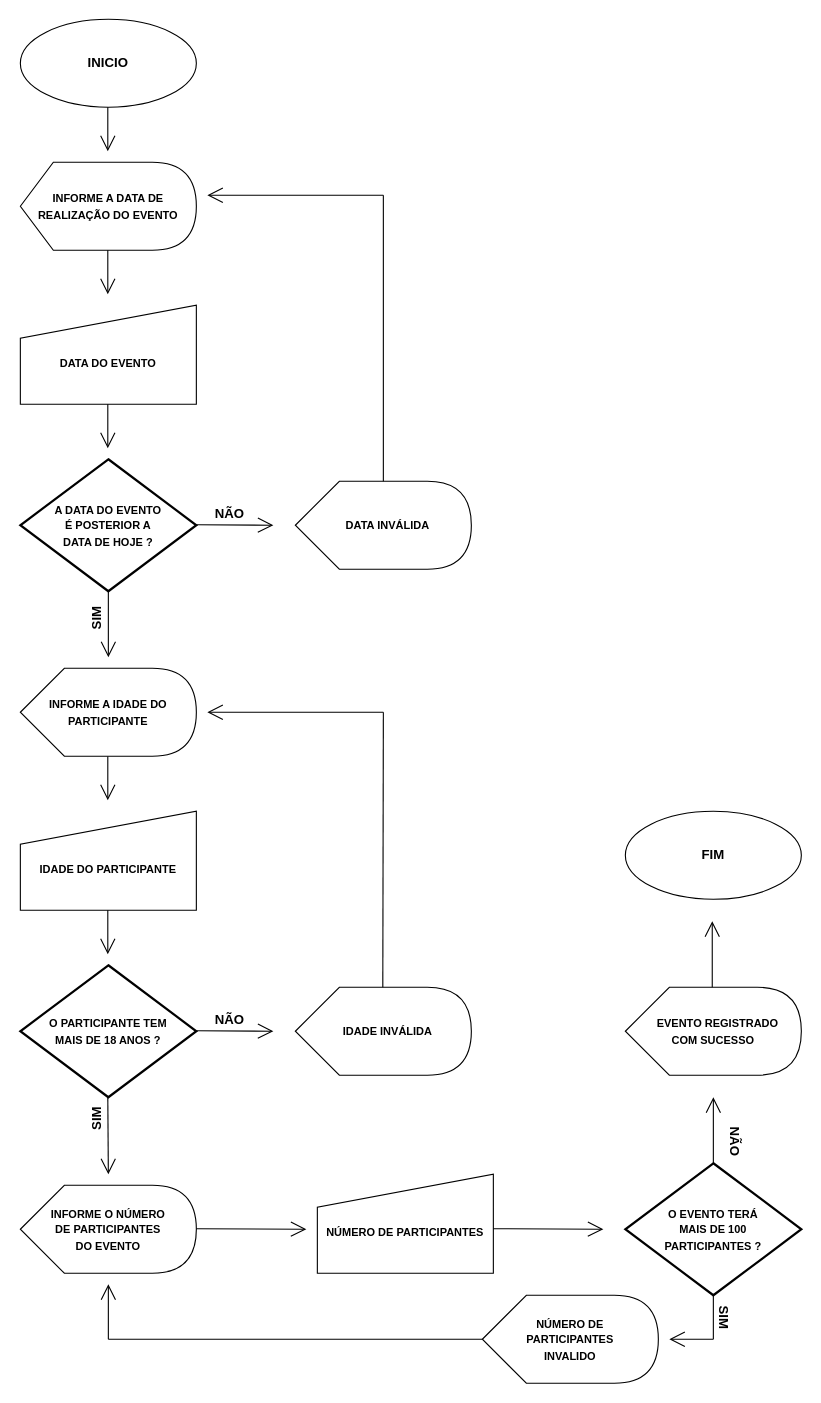
AndreDantasss/Exemplo1 keeps this draw.io diagram as Untitled Diagram.drawio. Above is the earlier version. Source tidied: cells renumbered, new cells numbered last; positions are measured from the earlier drawing's top-left corner, leaving out a move shared by most shapes. Both pictures are drawn from the tidied source at 110%, with x=0, y=0 at pixel (20, 19).
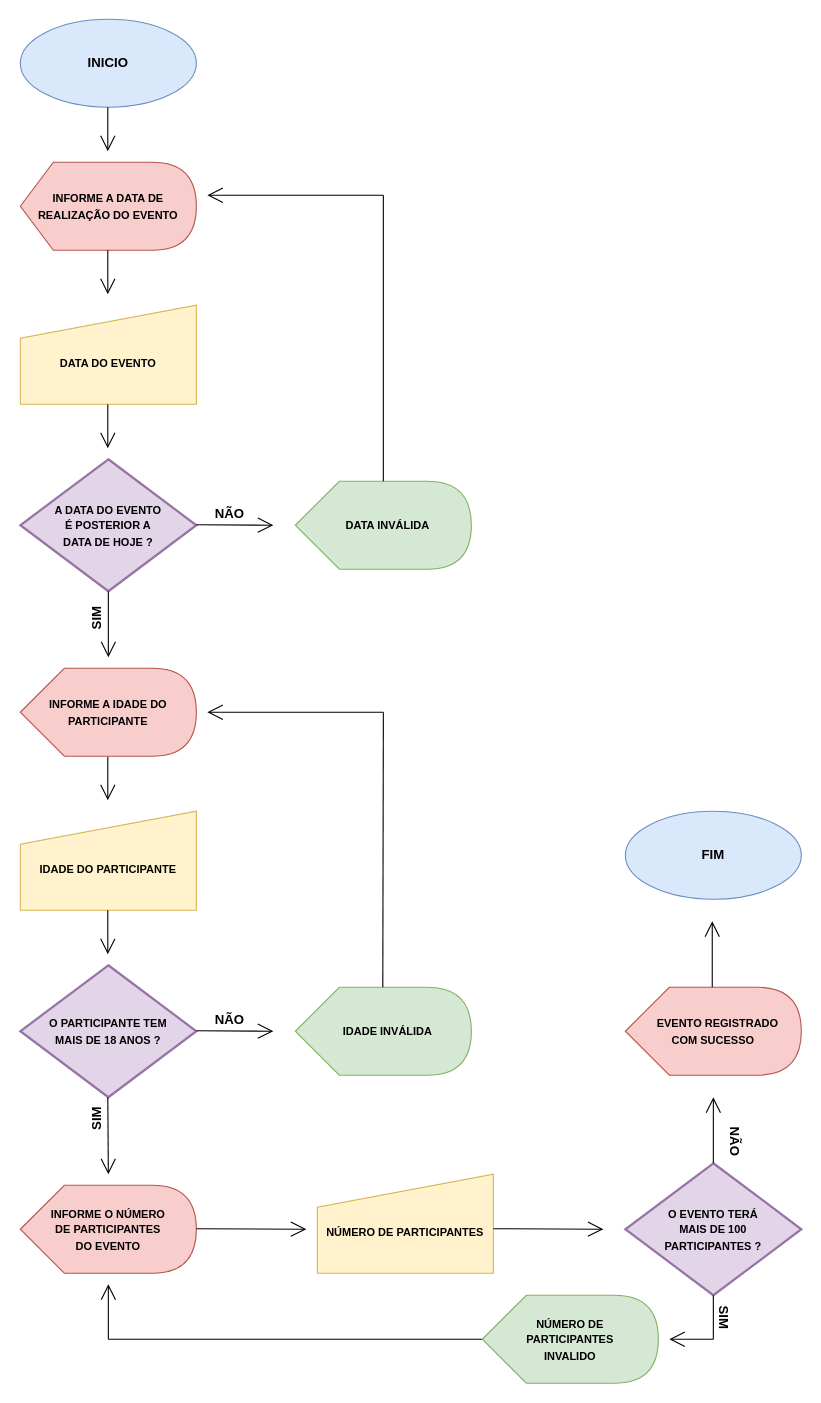
After the change.

Change to the diagram source:
```diff
@@
-    <mxCell id="2" value="&lt;b&gt;INICIO&lt;/b&gt;" style="ellipse;whiteSpace=wrap;html=1;" parent="1" vertex="1">
+    <mxCell id="2" value="&lt;b&gt;INICIO&lt;/b&gt;" style="ellipse;whiteSpace=wrap;html=1;fillColor=#dae8fc;strokeColor=#6c8ebf;" parent="1" vertex="1">
       <mxGeometry width="160" height="80" as="geometry" />
     </mxCell>
-    <mxCell id="3" value="&lt;div&gt;&lt;b style=&quot;font-size: 10px&quot;&gt;INFORME A DATA DE REALIZAÇÃO DO EVENTO&lt;/b&gt;&lt;/div&gt;" style="shape=display;whiteSpace=wrap;html=1;align=center;size=0.1875;" parent="1" vertex="1">
+    <mxCell id="3" value="&lt;div&gt;&lt;b style=&quot;font-size: 10px&quot;&gt;INFORME A DATA DE REALIZAÇÃO DO EVENTO&lt;/b&gt;&lt;/div&gt;" style="shape=display;whiteSpace=wrap;html=1;align=center;size=0.1875;fillColor=#f8cecc;strokeColor=#b85450;" parent="1" vertex="1">
       <mxGeometry y="130" width="160" height="80" as="geometry" />
     </mxCell>
-    <mxCell id="4" value="&lt;b&gt;&lt;font style=&quot;font-size: 10px&quot;&gt;&lt;br&gt;DATA DO EVENTO&lt;/font&gt;&lt;/b&gt;" style="shape=manualInput;whiteSpace=wrap;html=1;" parent="1" vertex="1">
+    <mxCell id="4" value="&lt;b&gt;&lt;font style=&quot;font-size: 10px&quot;&gt;&lt;br&gt;DATA DO EVENTO&lt;/font&gt;&lt;/b&gt;" style="shape=manualInput;whiteSpace=wrap;html=1;fillColor=#fff2cc;strokeColor=#d6b656;" parent="1" vertex="1">
       <mxGeometry y="260" width="160" height="90" as="geometry" />
     </mxCell>
-    <mxCell id="5" value="&lt;font style=&quot;font-size: 10px&quot;&gt;&lt;b&gt;A DATA DO EVENTO&lt;br&gt;É POSTERIOR A &lt;br&gt;DATA DE HOJE ?&lt;/b&gt;&lt;/font&gt;" style="strokeWidth=2;html=1;shape=mxgraph.flowchart.decision;whiteSpace=wrap;align=center;" parent="1" vertex="1">
+    <mxCell id="5" value="&lt;font style=&quot;font-size: 10px&quot;&gt;&lt;b&gt;A DATA DO EVENTO&lt;br&gt;É POSTERIOR A &lt;br&gt;DATA DE HOJE ?&lt;/b&gt;&lt;/font&gt;" style="strokeWidth=2;html=1;shape=mxgraph.flowchart.decision;whiteSpace=wrap;align=center;fillColor=#e1d5e7;strokeColor=#9673a6;" parent="1" vertex="1">
       <mxGeometry y="400" width="160" height="120" as="geometry" />
     </mxCell>
@@
-    <mxCell id="9" value="&lt;b&gt;&lt;font style=&quot;font-size: 10px&quot;&gt;&amp;nbsp; &amp;nbsp;DATA INVÁLIDA&lt;/font&gt;&lt;/b&gt;" style="shape=display;whiteSpace=wrap;html=1;align=center;" parent="1" vertex="1">
+    <mxCell id="9" value="&lt;b&gt;&lt;font style=&quot;font-size: 10px&quot;&gt;&amp;nbsp; &amp;nbsp;DATA INVÁLIDA&lt;/font&gt;&lt;/b&gt;" style="shape=display;whiteSpace=wrap;html=1;align=center;fillColor=#d5e8d4;strokeColor=#82b366;" parent="1" vertex="1">
       <mxGeometry x="250" y="420" width="160" height="80" as="geometry" />
     </mxCell>
-    <mxCell id="10" value="&lt;font style=&quot;font-size: 10px&quot;&gt;&lt;b&gt;INFORME A IDADE DO PARTICIPANTE&lt;/b&gt;&lt;/font&gt;" style="shape=display;whiteSpace=wrap;html=1;align=center;" parent="1" vertex="1">
+    <mxCell id="10" value="&lt;font style=&quot;font-size: 10px&quot;&gt;&lt;b&gt;INFORME A IDADE DO PARTICIPANTE&lt;/b&gt;&lt;/font&gt;" style="shape=display;whiteSpace=wrap;html=1;align=center;fillColor=#f8cecc;strokeColor=#b85450;" parent="1" vertex="1">
       <mxGeometry y="590" width="160" height="80" as="geometry" />
     </mxCell>
@@
-    <mxCell id="18" value="&lt;span style=&quot;font-size: 10px&quot;&gt;&lt;b&gt;O PARTICIPANTE TEM &lt;br&gt;MAIS DE 18 ANOS ?&lt;/b&gt;&lt;/span&gt;" style="strokeWidth=2;html=1;shape=mxgraph.flowchart.decision;whiteSpace=wrap;align=center;" parent="1" vertex="1">
+    <mxCell id="18" value="&lt;span style=&quot;font-size: 10px&quot;&gt;&lt;b&gt;O PARTICIPANTE TEM &lt;br&gt;MAIS DE 18 ANOS ?&lt;/b&gt;&lt;/span&gt;" style="strokeWidth=2;html=1;shape=mxgraph.flowchart.decision;whiteSpace=wrap;align=center;fillColor=#e1d5e7;strokeColor=#9673a6;" parent="1" vertex="1">
       <mxGeometry y="860" width="160" height="120" as="geometry" />
     </mxCell>
-    <mxCell id="19" value="&lt;b&gt;&lt;font style=&quot;font-size: 10px&quot;&gt;&lt;br&gt;IDADE DO PARTICIPANTE&lt;/font&gt;&lt;/b&gt;" style="shape=manualInput;whiteSpace=wrap;html=1;" parent="1" vertex="1">
+    <mxCell id="19" value="&lt;b&gt;&lt;font style=&quot;font-size: 10px&quot;&gt;&lt;br&gt;IDADE DO PARTICIPANTE&lt;/font&gt;&lt;/b&gt;" style="shape=manualInput;whiteSpace=wrap;html=1;fillColor=#fff2cc;strokeColor=#d6b656;" parent="1" vertex="1">
       <mxGeometry y="720" width="160" height="90" as="geometry" />
     </mxCell>
@@
-    <mxCell id="25" value="&lt;font style=&quot;font-size: 10px&quot;&gt;&lt;b&gt;INFORME O NÚMERO &lt;br&gt;DE PARTICIPANTES &lt;br&gt;DO EVENTO&lt;/b&gt;&lt;/font&gt;" style="shape=display;whiteSpace=wrap;html=1;align=center;" parent="1" vertex="1">
+    <mxCell id="25" value="&lt;font style=&quot;font-size: 10px&quot;&gt;&lt;b&gt;INFORME O NÚMERO &lt;br&gt;DE PARTICIPANTES &lt;br&gt;DO EVENTO&lt;/b&gt;&lt;/font&gt;" style="shape=display;whiteSpace=wrap;html=1;align=center;fillColor=#f8cecc;strokeColor=#b85450;" parent="1" vertex="1">
       <mxGeometry y="1060" width="160" height="80" as="geometry" />
     </mxCell>
-    <mxCell id="26" value="&lt;b&gt;&lt;font style=&quot;font-size: 10px&quot;&gt;&amp;nbsp; &amp;nbsp;IDADE INVÁLIDA&lt;/font&gt;&lt;/b&gt;" style="shape=display;whiteSpace=wrap;html=1;align=center;" parent="1" vertex="1">
+    <mxCell id="26" value="&lt;b&gt;&lt;font style=&quot;font-size: 10px&quot;&gt;&amp;nbsp; &amp;nbsp;IDADE INVÁLIDA&lt;/font&gt;&lt;/b&gt;" style="shape=display;whiteSpace=wrap;html=1;align=center;fillColor=#d5e8d4;strokeColor=#82b366;" parent="1" vertex="1">
       <mxGeometry x="250" y="880" width="160" height="80" as="geometry" />
     </mxCell>
@@
-    <mxCell id="30" value="&lt;b&gt;&lt;font style=&quot;font-size: 10px&quot;&gt;&lt;br&gt;NÚMERO DE PARTICIPANTES&lt;/font&gt;&lt;/b&gt;" style="shape=manualInput;whiteSpace=wrap;html=1;" parent="1" vertex="1">
+    <mxCell id="30" value="&lt;b&gt;&lt;font style=&quot;font-size: 10px&quot;&gt;&lt;br&gt;NÚMERO DE PARTICIPANTES&lt;/font&gt;&lt;/b&gt;" style="shape=manualInput;whiteSpace=wrap;html=1;fillColor=#fff2cc;strokeColor=#d6b656;" parent="1" vertex="1">
       <mxGeometry x="270" y="1050" width="160" height="90" as="geometry" />
     </mxCell>
@@
-    <mxCell id="32" value="&lt;span style=&quot;font-size: 10px&quot;&gt;&lt;b&gt;O EVENTO TERÁ &lt;br&gt;MAIS DE 100 &lt;br&gt;PARTICIPANTES ?&lt;/b&gt;&lt;/span&gt;" style="strokeWidth=2;html=1;shape=mxgraph.flowchart.decision;whiteSpace=wrap;align=center;" parent="1" vertex="1">
+    <mxCell id="32" value="&lt;span style=&quot;font-size: 10px&quot;&gt;&lt;b&gt;O EVENTO TERÁ &lt;br&gt;MAIS DE 100 &lt;br&gt;PARTICIPANTES ?&lt;/b&gt;&lt;/span&gt;" style="strokeWidth=2;html=1;shape=mxgraph.flowchart.decision;whiteSpace=wrap;align=center;fillColor=#e1d5e7;strokeColor=#9673a6;" parent="1" vertex="1">
       <mxGeometry x="550" y="1040" width="160" height="120" as="geometry" />
     </mxCell>
@@
-    <mxCell id="40" value="&lt;b&gt;&lt;font style=&quot;font-size: 10px&quot;&gt;NÚMERO DE &lt;br&gt;PARTICIPANTES &lt;br&gt;INVALIDO&lt;/font&gt;&lt;/b&gt;" style="shape=display;whiteSpace=wrap;html=1;align=center;" parent="1" vertex="1">
+    <mxCell id="40" value="&lt;b&gt;&lt;font style=&quot;font-size: 10px&quot;&gt;NÚMERO DE &lt;br&gt;PARTICIPANTES &lt;br&gt;INVALIDO&lt;/font&gt;&lt;/b&gt;" style="shape=display;whiteSpace=wrap;html=1;align=center;fillColor=#d5e8d4;strokeColor=#82b366;" parent="1" vertex="1">
       <mxGeometry x="420" y="1160" width="160" height="80" as="geometry" />
     </mxCell>
-    <mxCell id="41" value="&lt;b&gt;&lt;font style=&quot;font-size: 10px&quot;&gt;&amp;nbsp; &amp;nbsp;EVENTO REGISTRADO &lt;br&gt;COM SUCESSO&lt;/font&gt;&lt;/b&gt;" style="shape=display;whiteSpace=wrap;html=1;align=center;" parent="1" vertex="1">
+    <mxCell id="41" value="&lt;b&gt;&lt;font style=&quot;font-size: 10px&quot;&gt;&amp;nbsp; &amp;nbsp;EVENTO REGISTRADO &lt;br&gt;COM SUCESSO&lt;/font&gt;&lt;/b&gt;" style="shape=display;whiteSpace=wrap;html=1;align=center;fillColor=#f8cecc;strokeColor=#b85450;" parent="1" vertex="1">
       <mxGeometry x="550" y="880" width="160" height="80" as="geometry" />
     </mxCell>
@@
-    <mxCell id="43" value="&lt;b&gt;FIM&lt;/b&gt;" style="ellipse;whiteSpace=wrap;html=1;" parent="1" vertex="1">
+    <mxCell id="43" value="&lt;b&gt;FIM&lt;/b&gt;" style="ellipse;whiteSpace=wrap;html=1;fillColor=#dae8fc;strokeColor=#6c8ebf;" parent="1" vertex="1">
       <mxGeometry x="550" y="720" width="160" height="80" as="geometry" />
     </mxCell>
```
